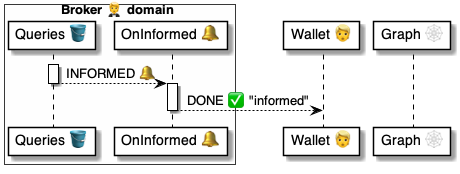
Earlier version of the PlantUML export 4 ⚙️ Solution/20 🧑‍🦰 UI/Brokers 🤵/🤵🪣 Broker tables/Queries 💼 table/🪣🧱 3 Informed 🔔 event/🤵 OnQueryInformed ⚙️ uml.png (pollyweb-org/pollyweb-docs). Its source is kept beside it as 4 ⚙️ Solution/20 🧑‍🦰 UI/Brokers 🤵/🤵🪣 Broker tables/Queries 💼 table/🪣🧱 3 Informed 🔔 event/🤵 OnQueryInformed ⚙️ uml.puml.
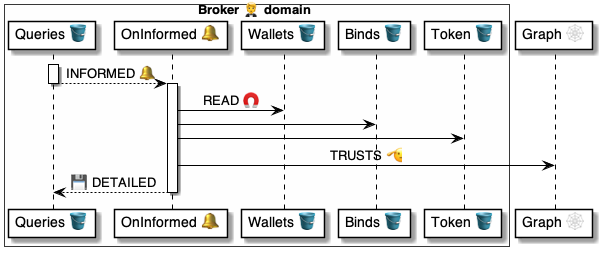
After the commit.

Diff of the diagram source:
```diff
@@ -3,8 +3,10 @@
 box Broker 🤵 domain #FFFFFA
     participant "Queries 🪣" as table
     participant "OnInformed 🔔" as handler
+    participant "Wallets 🪣" as wallets
+    participant "Binds 🪣" as binds
+    participant "Token 🪣" as tokens
 end box
-participant "Wallet 👱" as wallet
 participant "Graph 🕸" as graph
 
 
@@ -13,7 +15,11 @@
 deactivate table
 
 activate handler
-    handler --> wallet: DONE ✅ "informed"
+    handler -> wallets: READ 🧲
+    handler -> binds:
+    handler -> tokens:
+    handler -> graph: TRUSTS 🫡
+    handler --> table: 💾 DETAILED
 deactivate handler
 
 @enduml
```
